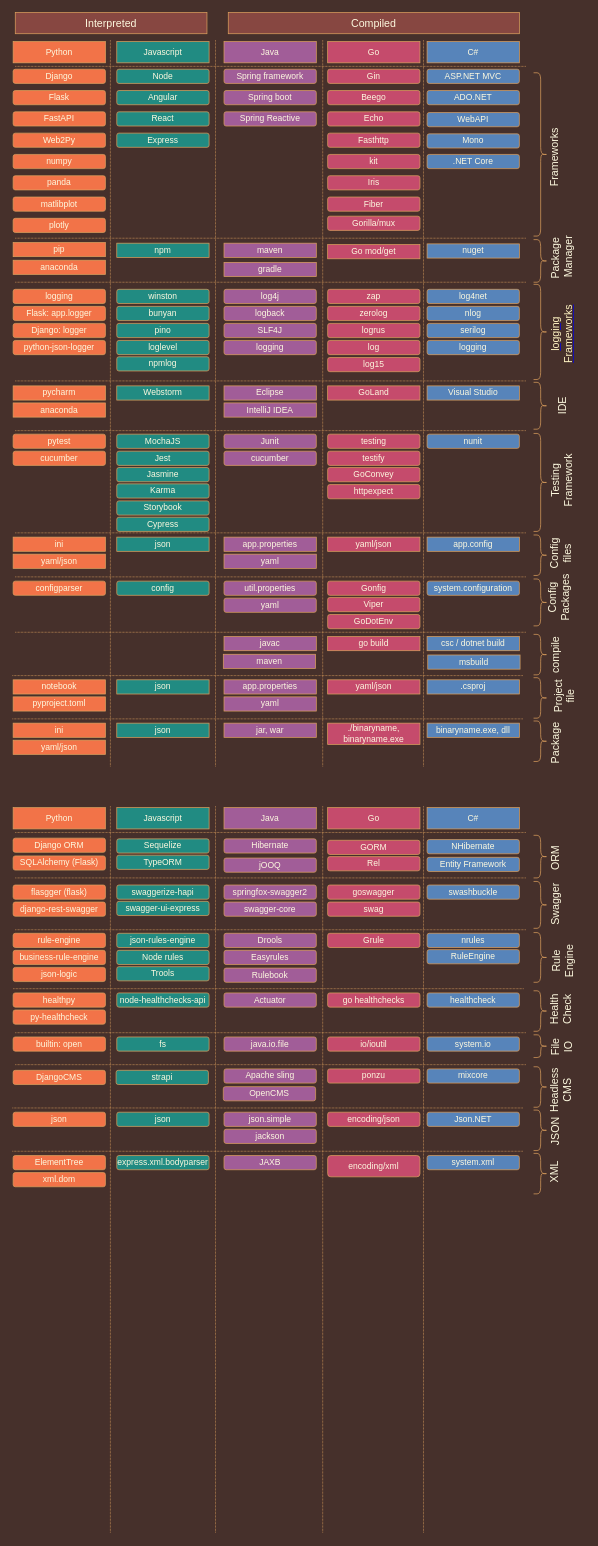
Above: page "Programming Languages" (1 of 14) of programming Languages.drawio in blitznihar/draws (draw.io), before the change. Source tidied: cells renumbered, new cells numbered last; positions are measured from the earlier drawing's top-left corner, leaving out a move shared by most shapes. Both pictures are drawn from the tidied source at 71%, with x=0, y=0 at pixel (12, 12).
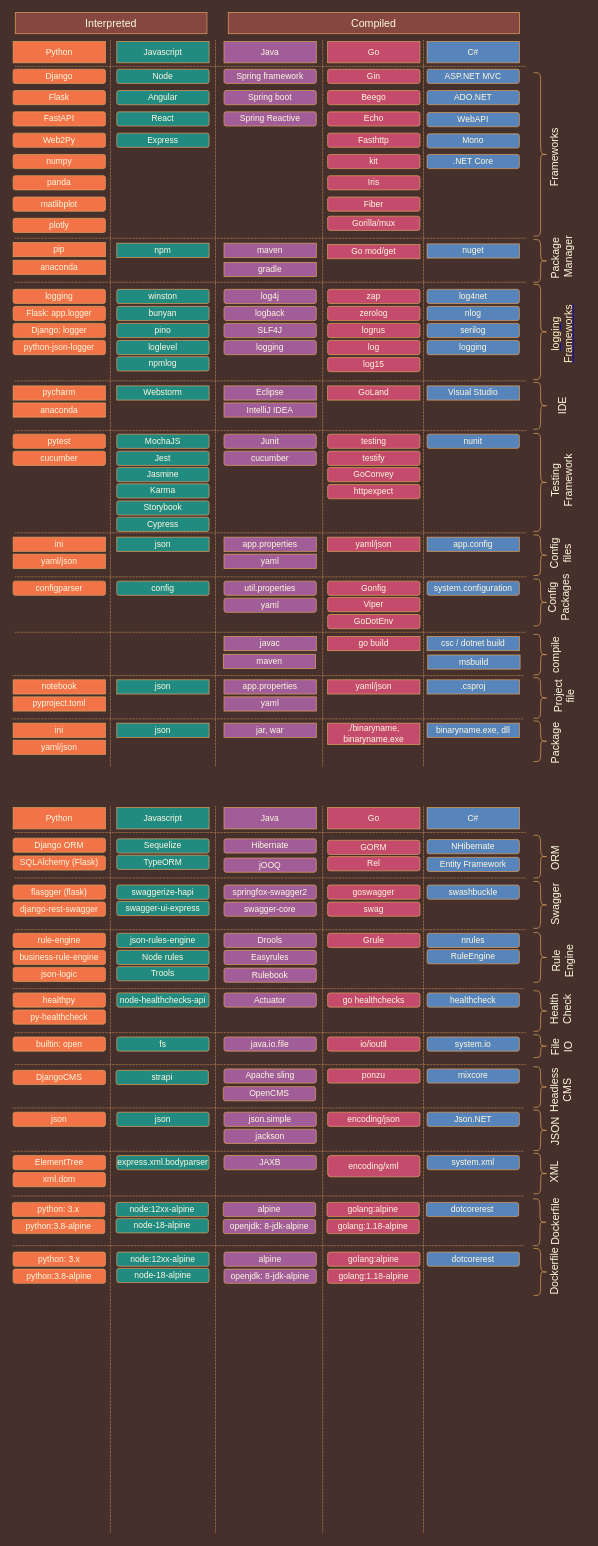
After the change.

The edit, as a diff of the source:
```diff
@@
+    <mxCell id="248" value="python: 3.x" style="rounded=1;whiteSpace=wrap;html=1;fillColor=#F27348;strokeColor=#DDA15E;fontColor=#FEFAE0;" parent="1" vertex="1">
+      <mxGeometry y="1676" width="130" height="20" as="geometry" />
+    </mxCell>
+    <mxCell id="249" value="node:12xx-alpine" style="rounded=1;whiteSpace=wrap;html=1;fillColor=#218B82;strokeColor=#DDA15E;fontColor=#FEFAE0;" parent="1" vertex="1">
+      <mxGeometry x="146" y="1676" width="130" height="20" as="geometry" />
+    </mxCell>
+    <mxCell id="250" value="alpine" style="rounded=1;whiteSpace=wrap;html=1;fillColor=#A15D98;strokeColor=#DDA15E;fontColor=#FEFAE0;" parent="1" vertex="1">
+      <mxGeometry x="297" y="1676" width="130" height="20" as="geometry" />
+    </mxCell>
+    <mxCell id="251" value="openjdk: 8-jdk-alpine" style="rounded=1;whiteSpace=wrap;html=1;fillColor=#A15D98;strokeColor=#DDA15E;fontColor=#FEFAE0;" parent="1" vertex="1">
+      <mxGeometry x="297" y="1700" width="130" height="20" as="geometry" />
+    </mxCell>
+    <mxCell id="252" value="golang:alpine" style="rounded=1;whiteSpace=wrap;html=1;fillColor=#C54B6C;strokeColor=#DDA15E;fontColor=#FEFAE0;" parent="1" vertex="1">
+      <mxGeometry x="443" y="1676" width="130" height="20" as="geometry" />
+    </mxCell>
+    <mxCell id="253" value="dotcorerest" style="rounded=1;whiteSpace=wrap;html=1;fillColor=#5784BA;strokeColor=#DDA15E;fontColor=#FEFAE0;" parent="1" vertex="1">
+      <mxGeometry x="583" y="1676" width="130" height="20" as="geometry" />
+    </mxCell>
+    <mxCell id="254" style="shape=curlyBracket;whiteSpace=wrap;html=1;rounded=1;flipH=1;fontFamily=Helvetica;fontSize=12;fillColor=#BC6C25;strokeColor=#DDA15E;fontColor=#FEFAE0;" parent="1" vertex="1">
+      <mxGeometry x="733" y="1671" width="20" height="66" as="geometry" />
+    </mxCell>
+    <mxCell id="255" value="python:3.8-alpine" style="rounded=1;whiteSpace=wrap;html=1;fillColor=#F27348;strokeColor=#DDA15E;fontColor=#FEFAE0;" parent="1" vertex="1">
+      <mxGeometry y="1700" width="130" height="20" as="geometry" />
+    </mxCell>
+    <mxCell id="256" value="Dockerfile" style="text;html=1;strokeColor=none;fillColor=none;align=center;verticalAlign=middle;whiteSpace=wrap;rounded=0;fontFamily=Helvetica;fontSize=15;horizontal=0;fontColor=#FEFAE0;" parent="1" vertex="1">
+      <mxGeometry x="734" y="1688" width="60" height="30" as="geometry" />
+    </mxCell>
+    <mxCell id="257" value="golang:1.18-alpine" style="rounded=1;whiteSpace=wrap;html=1;fillColor=#C54B6C;strokeColor=#DDA15E;fontColor=#FEFAE0;" parent="1" vertex="1">
+      <mxGeometry x="443" y="1700" width="130" height="20" as="geometry" />
+    </mxCell>
+    <mxCell id="258" value="node-18-alpine" style="rounded=1;whiteSpace=wrap;html=1;fillColor=#218B82;strokeColor=#DDA15E;fontColor=#FEFAE0;" parent="1" vertex="1">
+      <mxGeometry x="146" y="1699" width="130" height="20" as="geometry" />
+    </mxCell>
+    <mxCell id="259" style="line;strokeWidth=1;html=1;perimeter=backbonePerimeter;fontFamily=Helvetica;fontSize=12;dashed=1;dashPattern=1 1;strokeColor=#DDA15E;labelBackgroundColor=#283618;fillColor=#BC6C25;fontColor=#FEFAE0;" parent="1" vertex="1">
+      <mxGeometry y="1662" width="720" height="10" as="geometry" />
+    </mxCell>
+    <mxCell id="260" value="python: 3.x" style="rounded=1;whiteSpace=wrap;html=1;fillColor=#F27348;strokeColor=#DDA15E;fontColor=#FEFAE0;" parent="1" vertex="1">
+      <mxGeometry x="1" y="1746" width="130" height="20" as="geometry" />
+    </mxCell>
+    <mxCell id="261" value="node:12xx-alpine" style="rounded=1;whiteSpace=wrap;html=1;fillColor=#218B82;strokeColor=#DDA15E;fontColor=#FEFAE0;" parent="1" vertex="1">
+      <mxGeometry x="147" y="1746" width="130" height="20" as="geometry" />
+    </mxCell>
+    <mxCell id="262" value="alpine" style="rounded=1;whiteSpace=wrap;html=1;fillColor=#A15D98;strokeColor=#DDA15E;fontColor=#FEFAE0;" parent="1" vertex="1">
+      <mxGeometry x="298" y="1746" width="130" height="20" as="geometry" />
+    </mxCell>
+    <mxCell id="263" value="openjdk: 8-jdk-alpine" style="rounded=1;whiteSpace=wrap;html=1;fillColor=#A15D98;strokeColor=#DDA15E;fontColor=#FEFAE0;" parent="1" vertex="1">
+      <mxGeometry x="298" y="1770" width="130" height="20" as="geometry" />
+    </mxCell>
+    <mxCell id="264" value="golang:alpine" style="rounded=1;whiteSpace=wrap;html=1;fillColor=#C54B6C;strokeColor=#DDA15E;fontColor=#FEFAE0;" parent="1" vertex="1">
+      <mxGeometry x="444" y="1746" width="130" height="20" as="geometry" />
+    </mxCell>
+    <mxCell id="265" value="dotcorerest" style="rounded=1;whiteSpace=wrap;html=1;fillColor=#5784BA;strokeColor=#DDA15E;fontColor=#FEFAE0;" parent="1" vertex="1">
+      <mxGeometry x="584" y="1746" width="130" height="20" as="geometry" />
+    </mxCell>
+    <mxCell id="266" style="shape=curlyBracket;whiteSpace=wrap;html=1;rounded=1;flipH=1;fontFamily=Helvetica;fontSize=12;fillColor=#BC6C25;strokeColor=#DDA15E;fontColor=#FEFAE0;" parent="1" vertex="1">
+      <mxGeometry x="734" y="1741" width="20" height="66" as="geometry" />
+    </mxCell>
+    <mxCell id="267" value="python:3.8-alpine" style="rounded=1;whiteSpace=wrap;html=1;fillColor=#F27348;strokeColor=#DDA15E;fontColor=#FEFAE0;" parent="1" vertex="1">
+      <mxGeometry x="1" y="1770" width="130" height="20" as="geometry" />
+    </mxCell>
+    <mxCell id="268" value="Dockerfile" style="text;html=1;strokeColor=none;fillColor=none;align=center;verticalAlign=middle;whiteSpace=wrap;rounded=0;fontFamily=Helvetica;fontSize=15;horizontal=0;fontColor=#FEFAE0;" parent="1" vertex="1">
+      <mxGeometry x="733" y="1758" width="60" height="30" as="geometry" />
+    </mxCell>
+    <mxCell id="269" value="golang:1.18-alpine" style="rounded=1;whiteSpace=wrap;html=1;fillColor=#C54B6C;strokeColor=#DDA15E;fontColor=#FEFAE0;" parent="1" vertex="1">
+      <mxGeometry x="444" y="1770" width="130" height="20" as="geometry" />
+    </mxCell>
+    <mxCell id="270" value="node-18-alpine" style="rounded=1;whiteSpace=wrap;html=1;fillColor=#218B82;strokeColor=#DDA15E;fontColor=#FEFAE0;" parent="1" vertex="1">
+      <mxGeometry x="147" y="1769" width="130" height="20" as="geometry" />
+    </mxCell>
+    <mxCell id="271" style="line;strokeWidth=1;html=1;perimeter=backbonePerimeter;fontFamily=Helvetica;fontSize=12;dashed=1;dashPattern=1 1;strokeColor=#DDA15E;labelBackgroundColor=#283618;fillColor=#BC6C25;fontColor=#FEFAE0;" parent="1" vertex="1">
+      <mxGeometry x="1" y="1732" width="720" height="10" as="geometry" />
+    </mxCell>
```
